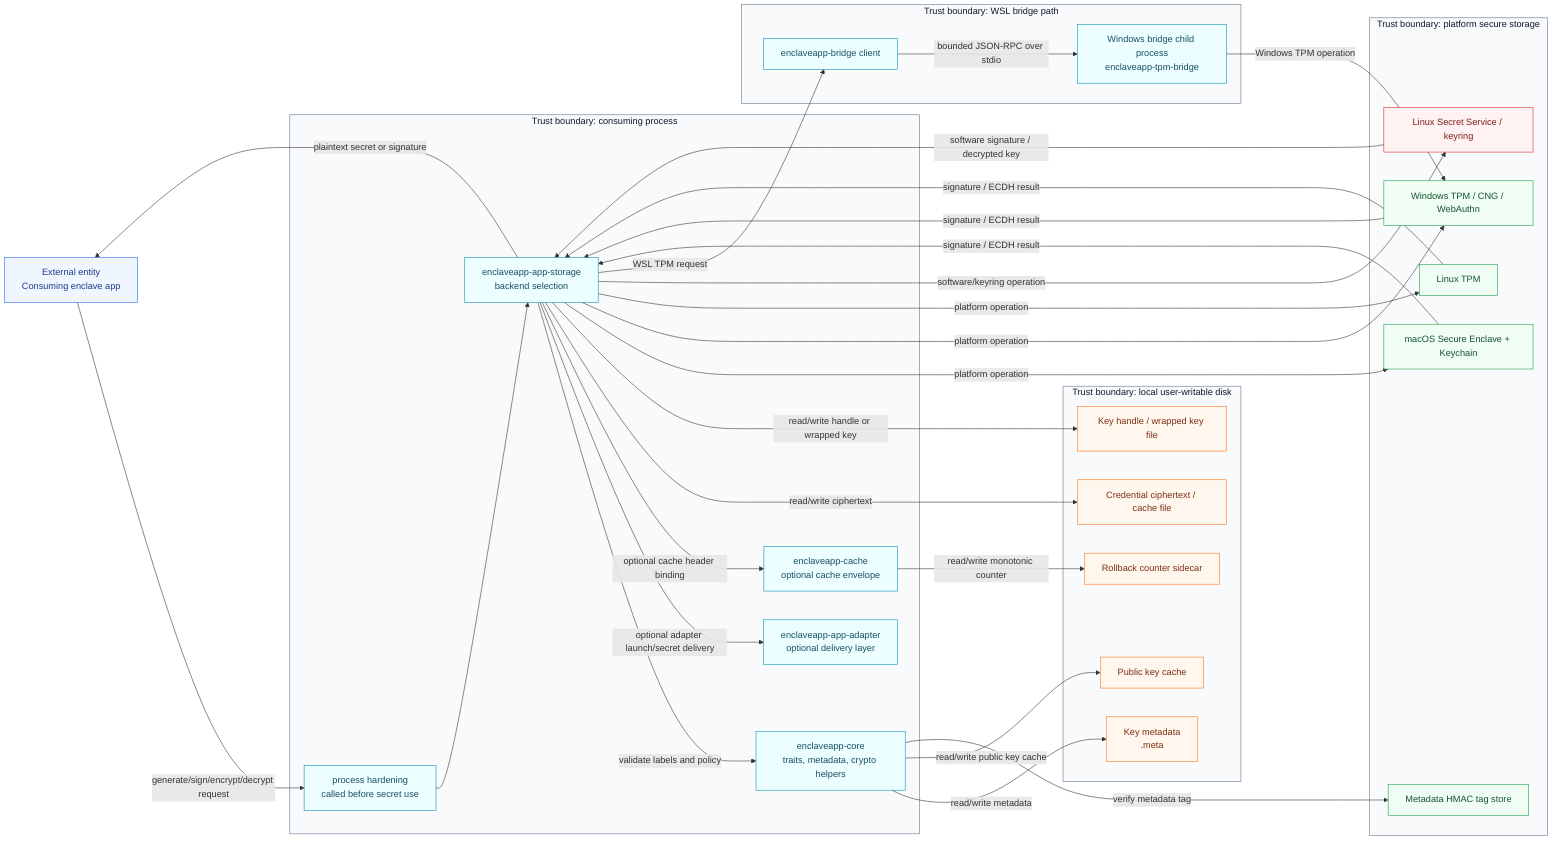
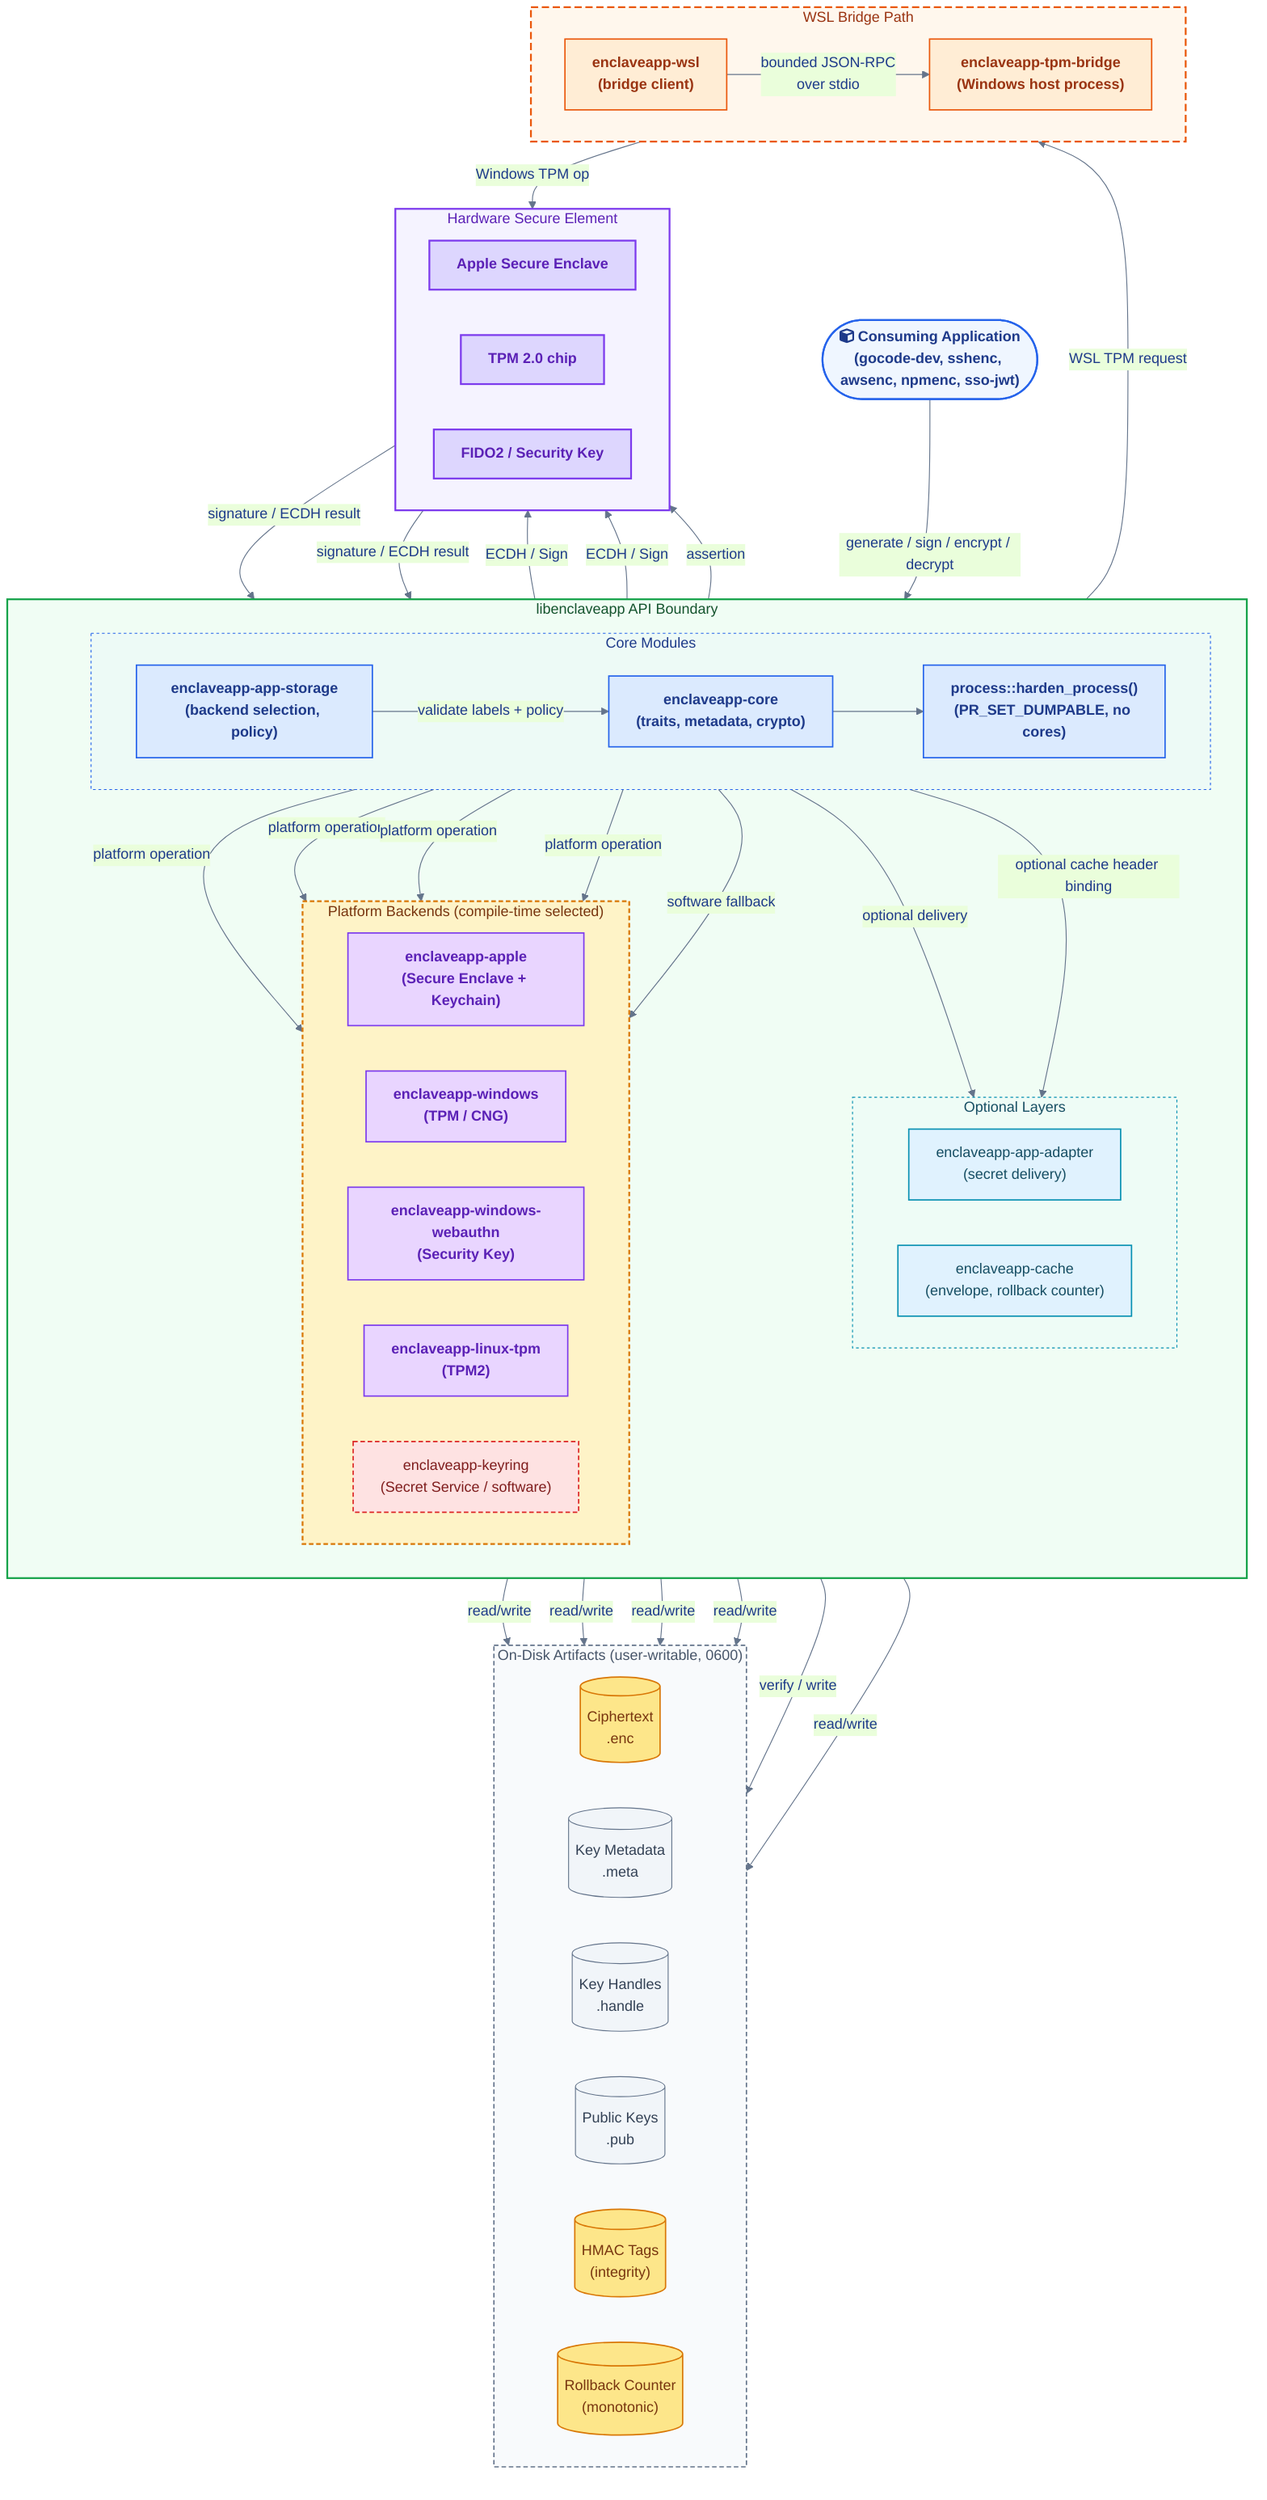
- flowchart LR
-     app["External entity\nConsuming enclave app"]
+ %%{ init: { "theme": "base", "themeVariables": { "primaryColor": "#DBEAFE", "primaryTextColor": "#1E3A8A", "primaryBorderColor": "#2563EB", "lineColor": "#64748B" } } }%%
+ flowchart TB
+     %% External entity
+     app(["fa:fa-cube Consuming Application\n(gocode-dev, sshenc, awsenc, npmenc, sso-jwt)"]):::external

-     subgraph process["Trust boundary: consuming process"]
-         harden["process hardening\ncalled before secret use"]
-         appstorage["enclaveapp-app-storage\nbackend selection"]
-         core["enclaveapp-core\ntraits, metadata, crypto helpers"]
-         adapter["enclaveapp-app-adapter\noptional delivery layer"]
-         cache["enclaveapp-cache\noptional cache envelope"]
+     subgraph libapi["libenclaveapp API Boundary"]
+         direction TB
+ 
+         subgraph coremod["Core Modules"]
+             direction LR
+             appstorage["enclaveapp-app-storage\n(backend selection, policy)"]:::coreprocess
+             core["enclaveapp-core\n(traits, metadata, crypto)"]:::coreprocess
+             harden["process::harden_process()\n(PR_SET_DUMPABLE, no cores)"]:::coreprocess
+         end
+ 
+         subgraph optional["Optional Layers"]
+             direction LR
+             adapter["enclaveapp-app-adapter\n(secret delivery)"]:::optprocess
+             cache["enclaveapp-cache\n(envelope, rollback counter)"]:::optprocess
+         end
+ 
+         subgraph backends["Platform Backends (compile-time selected)"]
+             direction LR
+             apple["enclaveapp-apple\n(Secure Enclave + Keychain)"]:::backend
+             windows["enclaveapp-windows\n(TPM / CNG)"]:::backend
+             webauthn["enclaveapp-windows-webauthn\n(Security Key)"]:::backend
+             linuxtpm["enclaveapp-linux-tpm\n(TPM2)"]:::backend
+             keyring["enclaveapp-keyring\n(Secret Service / software)"]:::weakbackend
+         end
    end

-     subgraph disk["Trust boundary: local user-writable disk"]
-         ciphertext["Credential ciphertext / cache file"]
-         counter["Rollback counter sidecar"]
-         meta["Key metadata\n<label>.meta"]
-         handle["Key handle / wrapped key file"]
-         publickey["Public key cache"]
+     subgraph hwsecure["Hardware Secure Element"]
+         direction LR
+         se["Apple Secure Enclave"]:::hw
+         tpm["TPM 2.0 chip"]:::hw
+         fido["FIDO2 / Security Key"]:::hw
    end

-     subgraph securestore["Trust boundary: platform secure storage"]
-         se["macOS Secure Enclave + Keychain"]
-         win["Windows TPM / CNG / WebAuthn"]
-         linuxtpm["Linux TPM"]
-         keyring["Linux Secret Service / keyring"]
-         metatag["Metadata HMAC tag store"]
+     subgraph wslbridge["WSL Bridge Path"]
+         direction LR
+         wslclient["enclaveapp-wsl\n(bridge client)"]:::bridge
+         wslserver["enclaveapp-tpm-bridge\n(Windows host process)"]:::bridge
    end

-     subgraph wsl["Trust boundary: WSL bridge path"]
-         bridgeclient["enclaveapp-bridge client"]
-         bridgeserver["Windows bridge child process\nenclaveapp-tpm-bridge"]
+     subgraph disk["On-Disk Artifacts (user-writable, 0600)"]
+         direction LR
+         ciphertext[("Ciphertext\n.enc")]:::securedisk
+         meta[("Key Metadata\n.meta")]:::neutraldisk
+         handles[("Key Handles\n.handle")]:::neutraldisk
+         pubkeys[("Public Keys\n.pub")]:::neutraldisk
+         hmac[("HMAC Tags\n(integrity)")]:::securedisk
+         counter[("Rollback Counter\n(monotonic)")]:::securedisk
    end

-     app -->|"generate/sign/encrypt/decrypt request"| harden
-     harden --> appstorage
-     appstorage -->|"validate labels and policy"| core
-     appstorage -->|"optional adapter launch/secret delivery"| adapter
+     %% Flows
+     app -->|"generate / sign / encrypt / decrypt"| appstorage
+     appstorage -->|"validate labels + policy"| core
+     appstorage -->|"optional delivery"| adapter
    appstorage -->|"optional cache header binding"| cache
+     core --> harden

-     appstorage -->|"read/write ciphertext"| ciphertext
-     cache -->|"read/write monotonic counter"| counter
-     core -->|"read/write metadata"| meta
-     core -->|"read/write public key cache"| publickey
-     appstorage -->|"read/write handle or wrapped key"| handle
+     appstorage -->|"platform operation"| apple
+     appstorage -->|"platform operation"| windows
+     appstorage -->|"platform operation"| webauthn
+     appstorage -->|"platform operation"| linuxtpm
+     appstorage -->|"software fallback"| keyring

-     appstorage -->|"platform operation"| se
-     appstorage -->|"platform operation"| win
-     appstorage -->|"platform operation"| linuxtpm
-     appstorage -->|"software/keyring operation"| keyring
-     core -->|"verify metadata tag"| metatag
+     apple -->|"ECDH / Sign"| se
+     windows -->|"ECDH / Sign"| tpm
+     webauthn -->|"assertion"| fido

-     appstorage -->|"WSL TPM request"| bridgeclient
-     bridgeclient -->|"bounded JSON-RPC over stdio"| bridgeserver
-     bridgeserver -->|"Windows TPM operation"| win
+     appstorage -->|"WSL TPM request"| wslclient
+     wslclient -->|"bounded JSON-RPC\nover stdio"| wslserver
+     wslserver -->|"Windows TPM op"| tpm

-     se -->|"signature / ECDH result"| appstorage
-     win -->|"signature / ECDH result"| appstorage
-     linuxtpm -->|"signature / ECDH result"| appstorage
-     keyring -->|"software signature / decrypted key"| appstorage
-     appstorage -->|"plaintext secret or signature"| app
+     appstorage -->|"read/write"| ciphertext
+     core -->|"read/write"| meta
+     core -->|"read/write"| handles
+     core -->|"read/write"| pubkeys
+     core -->|"verify / write"| hmac
+     cache -->|"read/write"| counter

-     classDef external fill:#eff6ff,stroke:#2563eb,color:#1e3a8a;
-     classDef processclass fill:#ecfeff,stroke:#0891b2,color:#164e63;
-     classDef datastore fill:#fff7ed,stroke:#f97316,color:#7c2d12;
-     classDef secure fill:#f0fdf4,stroke:#16a34a,color:#14532d;
-     classDef trust fill:#f8fafc,stroke:#64748b,color:#0f172a;
-     classDef weak fill:#fef2f2,stroke:#dc2626,color:#7f1d1d;
+     se -->|"signature / ECDH result"| apple
+     tpm -->|"signature / ECDH result"| windows

-     class app external;
-     class harden,appstorage,core,adapter,cache,bridgeclient,bridgeserver processclass;
-     class ciphertext,counter,meta,handle,publickey datastore;
-     class se,win,linuxtpm,metatag secure;
-     class keyring weak;
-     class process,disk,securestore,wsl trust;
+     %% Styles
+     classDef external fill:#EFF6FF,stroke:#2563EB,stroke-width:2px,color:#1E3A8A,font-weight:bold
+     classDef coreprocess fill:#DBEAFE,stroke:#2563EB,stroke-width:1.5px,color:#1E3A8A,font-weight:bold
+     classDef optprocess fill:#E0F2FE,stroke:#0891B2,stroke-width:1.5px,color:#164E63
+     classDef backend fill:#E9D5FF,stroke:#7C3AED,stroke-width:1.5px,color:#5B21B6,font-weight:bold
+     classDef weakbackend fill:#FEE2E2,stroke:#DC2626,stroke-width:1.5px,stroke-dasharray:5 3,color:#7F1D1D
+     classDef hw fill:#DDD6FE,stroke:#7C3AED,stroke-width:2px,color:#5B21B6,font-weight:bold
+     classDef bridge fill:#FFEDD5,stroke:#EA580C,stroke-width:1.5px,color:#9A3412,font-weight:bold
+     classDef securedisk fill:#FDE68A,stroke:#D97706,stroke-width:1.5px,color:#78350F
+     classDef neutraldisk fill:#F1F5F9,stroke:#64748B,stroke-width:1px,color:#334155
+ 
+     style libapi fill:#F0FDF4,stroke:#16A34A,stroke-width:2px,color:#14532D
+     style coremod fill:#DBEAFE22,stroke:#2563EB,stroke-width:1px,stroke-dasharray:3 3,color:#1E3A8A
+     style optional fill:#E0F2FE22,stroke:#0891B2,stroke-width:1px,stroke-dasharray:3 3,color:#164E63
+     style backends fill:#FEF3C7,stroke:#D97706,stroke-width:2px,stroke-dasharray:5 3,color:#78350F
+     style hwsecure fill:#F5F3FF,stroke:#7C3AED,stroke-width:2px,color:#5B21B6
+     style wslbridge fill:#FFF7ED,stroke:#EA580C,stroke-width:2px,stroke-dasharray:8 4,color:#9A3412
+     style disk fill:#F8FAFC,stroke:#64748B,stroke-width:1.5px,stroke-dasharray:5 3,color:#475569
